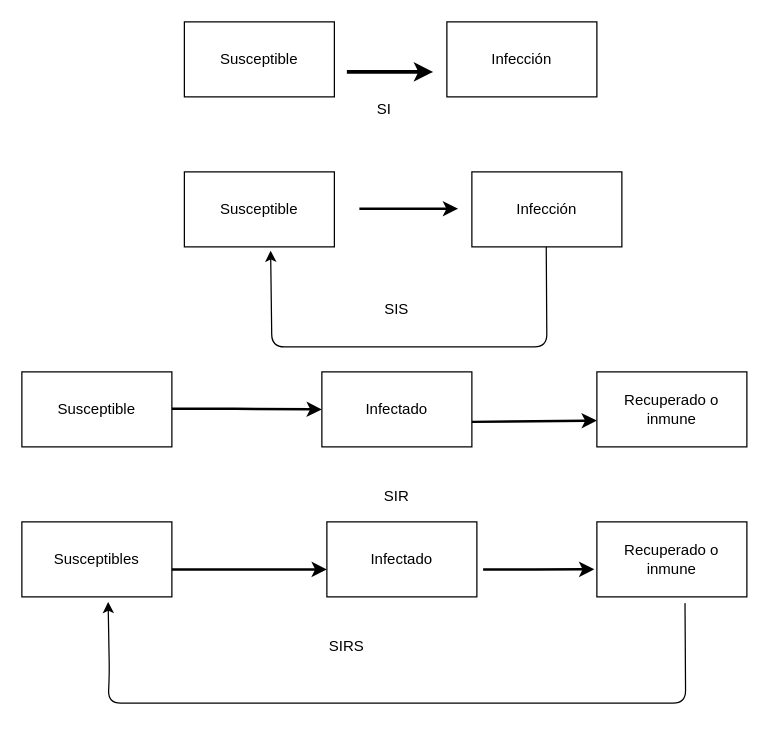
Before: Historia_natural_de_infecciones.drawio in jcmartinmu/Risaralda_COVID, a draw.io diagram. Source tidied: cells renumbered, new cells numbered last; positions are measured from the earlier drawing's top-left corner, leaving out a move shared by most shapes. Both pictures are drawn from the tidied source at 125%, with x=0, y=0 at pixel (21, 21).
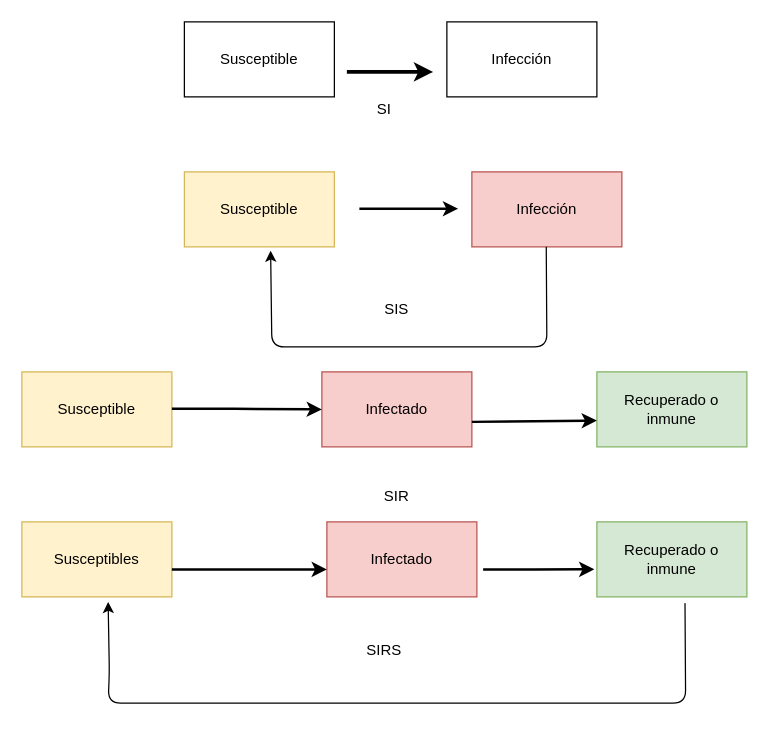
Above is the later version.

The edit, as a diff of the source:
```diff
@@
-    <mxCell id="5" value="Susceptible" style="rounded=0;whiteSpace=wrap;html=1;" parent="1" vertex="1">
+    <mxCell id="5" value="Susceptible" style="rounded=0;whiteSpace=wrap;html=1;fillColor=#fff2cc;strokeColor=#d6b656;" parent="1" vertex="1">
       <mxGeometry x="130" y="120" width="120" height="60" as="geometry" />
     </mxCell>
-    <mxCell id="6" value="Infección" style="rounded=0;whiteSpace=wrap;html=1;" parent="1" vertex="1">
+    <mxCell id="6" value="Infección" style="rounded=0;whiteSpace=wrap;html=1;fillColor=#f8cecc;strokeColor=#b85450;" parent="1" vertex="1">
       <mxGeometry x="360" y="120" width="120" height="60" as="geometry" />
     </mxCell>
@@
-    <mxCell id="11" value="Susceptible" style="rounded=0;whiteSpace=wrap;html=1;" parent="1" vertex="1">
+    <mxCell id="11" value="Susceptible" style="rounded=0;whiteSpace=wrap;html=1;fillColor=#fff2cc;strokeColor=#d6b656;" parent="1" vertex="1">
       <mxGeometry y="280" width="120" height="60" as="geometry" />
     </mxCell>
-    <mxCell id="12" value="Infectado" style="rounded=0;whiteSpace=wrap;html=1;" parent="1" vertex="1">
+    <mxCell id="12" value="Infectado" style="rounded=0;whiteSpace=wrap;html=1;fillColor=#f8cecc;strokeColor=#b85450;" parent="1" vertex="1">
       <mxGeometry x="240" y="280" width="120" height="60" as="geometry" />
     </mxCell>
-    <mxCell id="13" value="Recuperado o inmune" style="rounded=0;whiteSpace=wrap;html=1;" parent="1" vertex="1">
+    <mxCell id="13" value="Recuperado o inmune" style="rounded=0;whiteSpace=wrap;html=1;fillColor=#d5e8d4;strokeColor=#82b366;" parent="1" vertex="1">
       <mxGeometry x="460" y="280" width="120" height="60" as="geometry" />
     </mxCell>
@@
-    <mxCell id="17" value="Susceptibles" style="rounded=0;whiteSpace=wrap;html=1;" parent="1" vertex="1">
+    <mxCell id="17" value="Susceptibles" style="rounded=0;whiteSpace=wrap;html=1;fillColor=#fff2cc;strokeColor=#d6b656;" parent="1" vertex="1">
       <mxGeometry y="400" width="120" height="60" as="geometry" />
     </mxCell>
-    <mxCell id="18" value="Infectado" style="rounded=0;whiteSpace=wrap;html=1;" parent="1" vertex="1">
+    <mxCell id="18" value="Infectado" style="rounded=0;whiteSpace=wrap;html=1;fillColor=#f8cecc;strokeColor=#b85450;" parent="1" vertex="1">
       <mxGeometry x="244" y="400" width="120" height="60" as="geometry" />
     </mxCell>
-    <mxCell id="19" value="Recuperado o inmune" style="rounded=0;whiteSpace=wrap;html=1;" parent="1" vertex="1">
+    <mxCell id="19" value="Recuperado o inmune" style="rounded=0;whiteSpace=wrap;html=1;fillColor=#d5e8d4;strokeColor=#82b366;" parent="1" vertex="1">
       <mxGeometry x="460" y="400" width="120" height="60" as="geometry" />
     </mxCell>
@@
     <mxCell id="23" value="SIRS" style="text;html=1;strokeColor=none;fillColor=none;align=center;verticalAlign=middle;whiteSpace=wrap;rounded=0;" parent="1" vertex="1">
-      <mxGeometry x="240" y="490" width="40" height="20" as="geometry" />
+      <mxGeometry x="265" y="493" width="50" height="20" as="geometry" />
     </mxCell>
```
